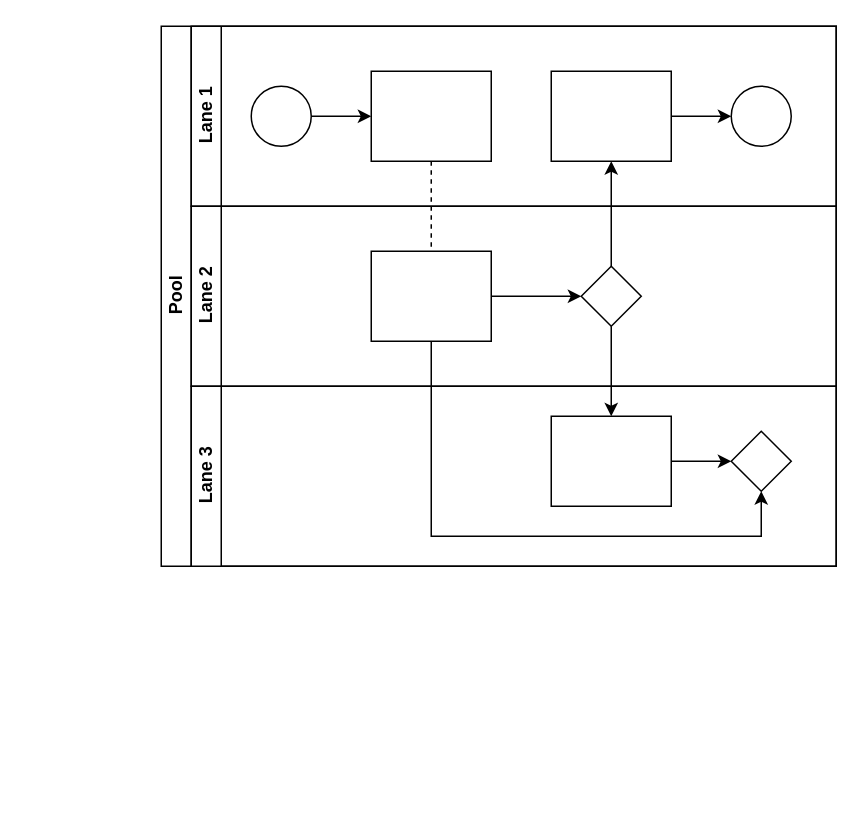
The draw.io diagram demo.drawio in kuangzhibin/forboss, before the edit. Source tidied: cells renumbered, new cells numbered last; positions are measured from the earlier drawing's top-left corner, leaving out a move shared by most shapes. Both pictures are drawn from the tidied source at 150%, with x=0, y=0 at pixel (160, 26).
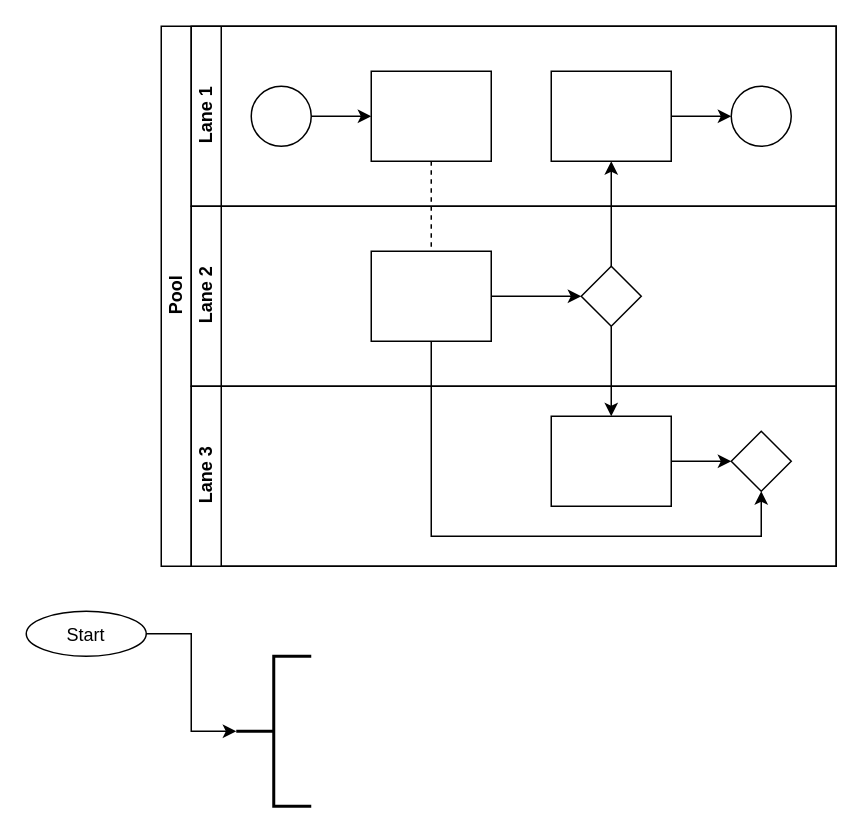
The same diagram, later.

Unchanged cells that the change refers to:
```xml
<mxCell id="2" value="Pool" style="swimlane;html=1;horizontal=0;startSize=20;" parent="1" vertex="1">
  <mxGeometry width="450" height="360" as="geometry" />
</mxCell>
```

What changed in the source:
```diff
@@
-    <mxCell id="7" value="Lane 1" style="swimlane;html=1;startSize=20;horizontal=0;" parent="2" vertex="1">
+    <mxCell id="7" value="Lane 1" style="swimlane;html=1;startSize=20;horizontal=0;direction=east;" parent="2" vertex="1">
       <mxGeometry x="20" width="430" height="120" as="geometry" />
     </mxCell>
@@
+    <mxCell id="22" value="Start" style="ellipse;" parent="1" vertex="1">
+      <mxGeometry x="-90" y="390" width="80" height="30" as="geometry" />
+    </mxCell>
+    <mxCell id="23" style="strokeWidth=2;html=1;shape=mxgraph.flowchart.annotation_2;align=left;labelPosition=right;" parent="1" vertex="1">
+      <mxGeometry x="50" y="420" width="50" height="100" as="geometry" />
+    </mxCell>
+    <mxCell id="24" style="edgeStyle=orthogonalEdgeStyle;rounded=0;jettySize=auto;html=1;entryX=0;entryY=0.5;entryDx=0;entryDy=0;entryPerimeter=0;" parent="1" edge="1" source="22" target="23">
+      <mxGeometry relative="1" as="geometry" />
+    </mxCell>
```
